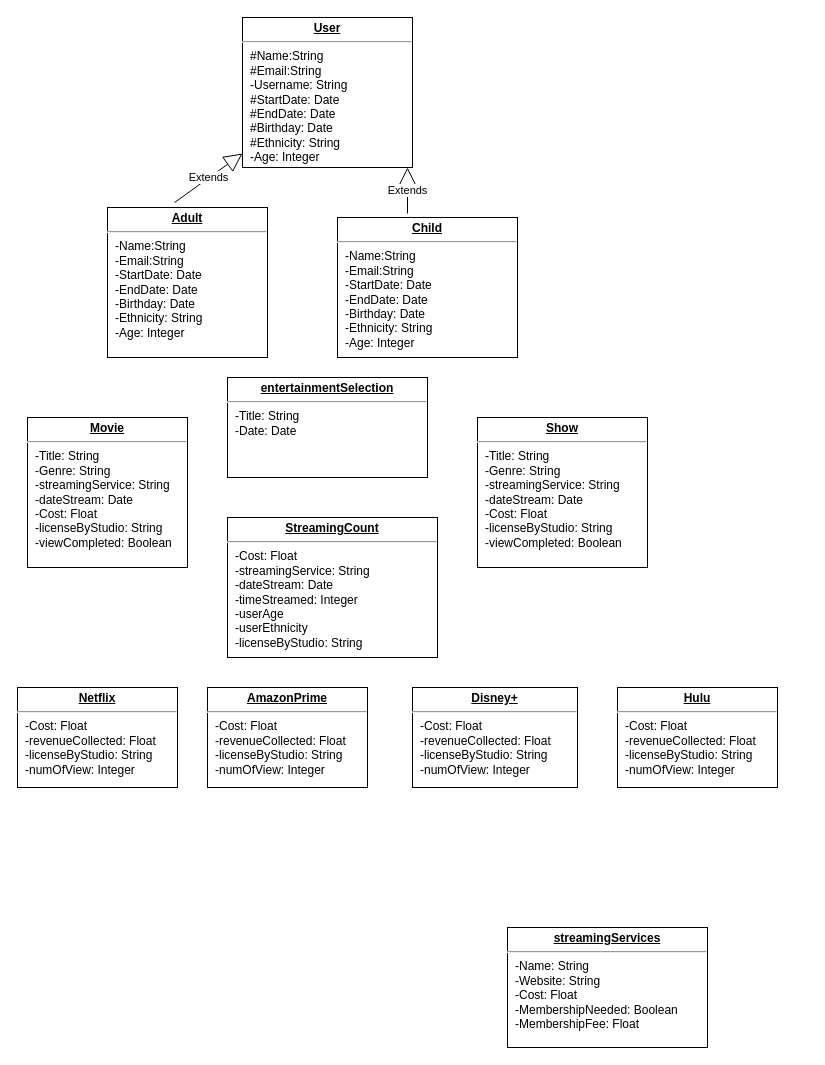
This is img/Untitled Diagram.drawio from Laurie415/moki, a draw.io file, before an edit. Source tidied: cells renumbered, new cells numbered last; positions are measured from the earlier drawing's top-left corner, leaving out a move shared by most shapes. Both pictures are drawn from the tidied source at 100%, with x=0, y=0 at pixel (17, 17).
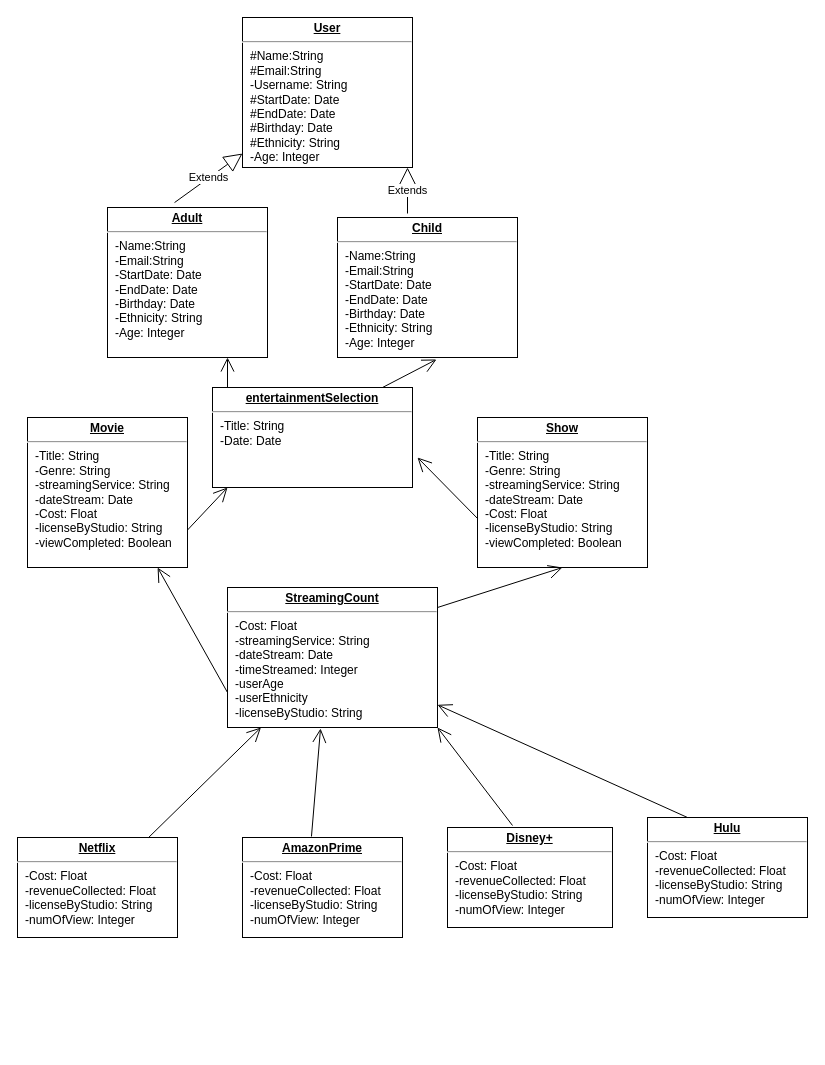
After the change.

Unchanged cells that the change refers to:
```xml
<mxCell id="5" value="&lt;p style=&quot;margin: 0px ; margin-top: 4px ; text-align: center ; text-decoration: underline&quot;&gt;&lt;b&gt;Adult&lt;/b&gt;&lt;/p&gt;&lt;hr&gt;&lt;p style=&quot;margin: 0px 0px 0px 8px&quot;&gt;-Name:String&lt;br&gt;-Email:String&lt;br&gt;-StartDate: Date&lt;/p&gt;&lt;p style=&quot;margin: 0px 0px 0px 8px&quot;&gt;-EndDate: Date&lt;/p&gt;&lt;p style=&quot;margin: 0px 0px 0px 8px&quot;&gt;-Birthday: Date&lt;/p&gt;&lt;p style=&quot;margin: 0px 0px 0px 8px&quot;&gt;-Ethnicity: String&lt;/p&gt;&lt;p style=&quot;margin: 0px 0px 0px 8px&quot;&gt;-Age: Integer&lt;/p&gt;" style="verticalAlign=top;align=left;overflow=fill;fontSize=12;fontFamily=Helvetica;html=1;" parent="1" vertex="1">
  <mxGeometry x="90" y="190" width="160" height="150" as="geometry" />
</mxCell>
<mxCell id="6" value="&lt;p style=&quot;margin: 0px ; margin-top: 4px ; text-align: center ; text-decoration: underline&quot;&gt;&lt;b&gt;Child&lt;/b&gt;&lt;/p&gt;&lt;hr&gt;&lt;p style=&quot;margin: 0px 0px 0px 8px&quot;&gt;-Name:String&lt;br&gt;-Email:String&lt;br&gt;-StartDate: Date&lt;/p&gt;&lt;p style=&quot;margin: 0px 0px 0px 8px&quot;&gt;-EndDate: Date&lt;/p&gt;&lt;p style=&quot;margin: 0px 0px 0px 8px&quot;&gt;-Birthday: Date&lt;/p&gt;&lt;p style=&quot;margin: 0px 0px 0px 8px&quot;&gt;-Ethnicity: String&lt;/p&gt;&lt;p style=&quot;margin: 0px 0px 0px 8px&quot;&gt;-Age: Integer&lt;/p&gt;" style="verticalAlign=top;align=left;overflow=fill;fontSize=12;fontFamily=Helvetica;html=1;" parent="1" vertex="1">
  <mxGeometry x="320" y="200" width="180" height="140" as="geometry" />
</mxCell>
<mxCell id="13" value="&lt;p style=&quot;margin: 0px ; margin-top: 4px ; text-align: center ; text-decoration: underline&quot;&gt;&lt;b&gt;Movie&lt;/b&gt;&lt;/p&gt;&lt;hr&gt;&lt;p style=&quot;margin: 0px ; margin-left: 8px&quot;&gt;-Title: String&lt;/p&gt;&lt;p style=&quot;margin: 0px ; margin-left: 8px&quot;&gt;-Genre: String&lt;/p&gt;&lt;p style=&quot;margin: 0px ; margin-left: 8px&quot;&gt;-streamingService: String&lt;/p&gt;&lt;p style=&quot;margin: 0px ; margin-left: 8px&quot;&gt;-dateStream: Date&lt;/p&gt;&lt;p style=&quot;margin: 0px ; margin-left: 8px&quot;&gt;-Cost: Float&lt;/p&gt;&lt;p style=&quot;margin: 0px ; margin-left: 8px&quot;&gt;-licenseByStudio: String&lt;/p&gt;&lt;p style=&quot;margin: 0px ; margin-left: 8px&quot;&gt;-viewCompleted: Boolean&lt;/p&gt;" style="verticalAlign=top;align=left;overflow=fill;fontSize=12;fontFamily=Helvetica;html=1;" parent="1" vertex="1">
  <mxGeometry x="10" y="400" width="160" height="150" as="geometry" />
</mxCell>
<mxCell id="14" value="&lt;p style=&quot;margin: 0px ; margin-top: 4px ; text-align: center ; text-decoration: underline&quot;&gt;&lt;b&gt;Show&lt;/b&gt;&lt;/p&gt;&lt;hr&gt;&lt;p style=&quot;margin: 0px ; margin-left: 8px&quot;&gt;-Title: String&lt;br&gt;&lt;/p&gt;&lt;p style=&quot;margin: 0px 0px 0px 8px&quot;&gt;-Genre: String&lt;/p&gt;&lt;p style=&quot;margin: 0px 0px 0px 8px&quot;&gt;-streamingService: String&lt;/p&gt;&lt;p style=&quot;margin: 0px 0px 0px 8px&quot;&gt;-dateStream: Date&lt;/p&gt;&lt;p style=&quot;margin: 0px 0px 0px 8px&quot;&gt;-Cost: Float&lt;/p&gt;&lt;p style=&quot;margin: 0px 0px 0px 8px&quot;&gt;-licenseByStudio: String&lt;/p&gt;&lt;p style=&quot;margin: 0px 0px 0px 8px&quot;&gt;-viewCompleted: Boolean&lt;br&gt;&lt;/p&gt;" style="verticalAlign=top;align=left;overflow=fill;fontSize=12;fontFamily=Helvetica;html=1;" parent="1" vertex="1">
  <mxGeometry x="460" y="400" width="170" height="150" as="geometry" />
</mxCell>
```

What changed in the source:
```diff
@@
-    <mxCell id="3" value="&lt;p style=&quot;margin: 0px ; margin-top: 4px ; text-align: center ; text-decoration: underline&quot;&gt;&lt;b&gt;streamingServices&lt;/b&gt;&lt;/p&gt;&lt;hr&gt;&lt;p style=&quot;margin: 0px ; margin-left: 8px&quot;&gt;-Name: String&lt;br&gt;-Website: String&lt;br&gt;-Cost: Float&lt;/p&gt;&lt;p style=&quot;margin: 0px ; margin-left: 8px&quot;&gt;-MembershipNeeded: Boolean&lt;/p&gt;&lt;p style=&quot;margin: 0px ; margin-left: 8px&quot;&gt;-MembershipFee: Float&lt;/p&gt;&lt;p style=&quot;margin: 0px ; margin-left: 8px&quot;&gt;&lt;br&gt;&lt;/p&gt;" style="verticalAlign=top;align=left;overflow=fill;fontSize=12;fontFamily=Helvetica;html=1;" parent="1" vertex="1">
-      <mxGeometry x="490" y="910" width="200" height="120" as="geometry" />
-    </mxCell>
     <mxCell id="4" value="&lt;p style=&quot;margin: 0px ; margin-top: 4px ; text-align: center ; text-decoration: underline&quot;&gt;&lt;b&gt;entertainmentSelection&lt;/b&gt;&lt;/p&gt;&lt;hr&gt;&lt;p style=&quot;margin: 0px ; margin-left: 8px&quot;&gt;-Title: String&lt;br&gt;-Date: Date&lt;br&gt;&lt;br&gt;&lt;/p&gt;&lt;p style=&quot;margin: 0px ; margin-left: 8px&quot;&gt;&lt;br&gt;&lt;/p&gt;" style="verticalAlign=top;align=left;overflow=fill;fontSize=12;fontFamily=Helvetica;html=1;" parent="1" vertex="1">
-      <mxGeometry x="210" y="360" width="200" height="100" as="geometry" />
+      <mxGeometry x="195" y="370" width="200" height="100" as="geometry" />
     </mxCell>
@@
     <mxCell id="7" value="&lt;p style=&quot;margin: 0px ; margin-top: 4px ; text-align: center ; text-decoration: underline&quot;&gt;&lt;b&gt;Netflix&lt;/b&gt;&lt;/p&gt;&lt;hr&gt;&lt;p style=&quot;margin: 0px ; margin-left: 8px&quot;&gt;-Cost: Float&lt;/p&gt;&lt;p style=&quot;margin: 0px ; margin-left: 8px&quot;&gt;-revenueCollected: Float&lt;/p&gt;&lt;p style=&quot;margin: 0px ; margin-left: 8px&quot;&gt;-licenseByStudio: String&lt;/p&gt;&lt;p style=&quot;margin: 0px ; margin-left: 8px&quot;&gt;-numOfView: Integer&lt;/p&gt;" style="verticalAlign=top;align=left;overflow=fill;fontSize=12;fontFamily=Helvetica;html=1;" parent="1" vertex="1">
-      <mxGeometry y="670" width="160" height="100" as="geometry" />
+      <mxGeometry y="820" width="160" height="100" as="geometry" />
     </mxCell>
     <mxCell id="8" value="&lt;p style=&quot;margin: 0px ; margin-top: 4px ; text-align: center ; text-decoration: underline&quot;&gt;&lt;b&gt;AmazonPrime&lt;/b&gt;&lt;/p&gt;&lt;hr&gt;&lt;p style=&quot;margin: 0px 0px 0px 8px&quot;&gt;-Cost: Float&lt;/p&gt;&lt;p style=&quot;margin: 0px 0px 0px 8px&quot;&gt;-revenueCollected: Float&lt;/p&gt;&lt;p style=&quot;margin: 0px 0px 0px 8px&quot;&gt;-licenseByStudio: String&lt;/p&gt;&lt;p style=&quot;margin: 0px 0px 0px 8px&quot;&gt;-numOfView: Integer&lt;br&gt;&lt;/p&gt;&lt;p style=&quot;margin: 0px 0px 0px 8px&quot;&gt;&lt;br&gt;&lt;/p&gt;" style="verticalAlign=top;align=left;overflow=fill;fontSize=12;fontFamily=Helvetica;html=1;" parent="1" vertex="1">
-      <mxGeometry x="190" y="670" width="160" height="100" as="geometry" />
+      <mxGeometry x="225" y="820" width="160" height="100" as="geometry" />
     </mxCell>
     <mxCell id="9" value="&lt;p style=&quot;margin: 0px ; margin-top: 4px ; text-align: center ; text-decoration: underline&quot;&gt;&lt;b&gt;Disney+&lt;/b&gt;&lt;/p&gt;&lt;hr&gt;&lt;p style=&quot;margin: 0px 0px 0px 8px&quot;&gt;-Cost: Float&lt;/p&gt;&lt;p style=&quot;margin: 0px 0px 0px 8px&quot;&gt;-revenueCollected: Float&lt;/p&gt;&lt;p style=&quot;margin: 0px 0px 0px 8px&quot;&gt;-licenseByStudio: String&lt;/p&gt;&lt;p style=&quot;margin: 0px 0px 0px 8px&quot;&gt;-numOfView: Integer&lt;/p&gt;" style="verticalAlign=top;align=left;overflow=fill;fontSize=12;fontFamily=Helvetica;html=1;" parent="1" vertex="1">
-      <mxGeometry x="395" y="670" width="165" height="100" as="geometry" />
+      <mxGeometry x="430" y="810" width="165" height="100" as="geometry" />
     </mxCell>
     <mxCell id="10" value="&lt;p style=&quot;margin: 0px ; margin-top: 4px ; text-align: center ; text-decoration: underline&quot;&gt;&lt;b&gt;Hulu&lt;/b&gt;&lt;/p&gt;&lt;hr&gt;&lt;p style=&quot;margin: 0px 0px 0px 8px&quot;&gt;-Cost: Float&lt;/p&gt;&lt;p style=&quot;margin: 0px 0px 0px 8px&quot;&gt;-revenueCollected: Float&lt;/p&gt;&lt;p style=&quot;margin: 0px 0px 0px 8px&quot;&gt;-licenseByStudio: String&lt;/p&gt;&lt;p style=&quot;margin: 0px 0px 0px 8px&quot;&gt;-numOfView: Integer&lt;/p&gt;" style="verticalAlign=top;align=left;overflow=fill;fontSize=12;fontFamily=Helvetica;html=1;" parent="1" vertex="1">
-      <mxGeometry x="600" y="670" width="160" height="100" as="geometry" />
+      <mxGeometry x="630" y="800" width="160" height="100" as="geometry" />
     </mxCell>
@@
     <mxCell id="15" value="&lt;p style=&quot;margin: 0px ; margin-top: 4px ; text-align: center ; text-decoration: underline&quot;&gt;&lt;b&gt;StreamingCount&lt;/b&gt;&lt;/p&gt;&lt;hr&gt;&lt;p style=&quot;margin: 0px ; margin-left: 8px&quot;&gt;-Cost: Float&lt;/p&gt;&lt;p style=&quot;margin: 0px ; margin-left: 8px&quot;&gt;-streamingService: String&lt;br&gt;&lt;/p&gt;&lt;p style=&quot;margin: 0px ; margin-left: 8px&quot;&gt;-dateStream: Date&lt;/p&gt;&lt;p style=&quot;margin: 0px ; margin-left: 8px&quot;&gt;-timeStreamed: Integer&lt;/p&gt;&lt;p style=&quot;margin: 0px ; margin-left: 8px&quot;&gt;-userAge&lt;/p&gt;&lt;p style=&quot;margin: 0px ; margin-left: 8px&quot;&gt;-userEthnicity&lt;/p&gt;&lt;p style=&quot;margin: 0px ; margin-left: 8px&quot;&gt;-licenseByStudio: String&lt;/p&gt;&lt;p style=&quot;margin: 0px ; margin-left: 8px&quot;&gt;&lt;br&gt;&lt;/p&gt;" style="verticalAlign=top;align=left;overflow=fill;fontSize=12;fontFamily=Helvetica;html=1;" parent="1" vertex="1">
-      <mxGeometry x="210" y="500" width="210" height="140" as="geometry" />
+      <mxGeometry x="210" y="570" width="210" height="140" as="geometry" />
     </mxCell>
+    <mxCell id="16" style="endArrow=open;endFill=1;endSize=12;html=1;exitX=0.075;exitY=0;exitDx=0;exitDy=0;exitPerimeter=0;entryX=0.75;entryY=1;entryDx=0;entryDy=0;" parent="1" edge="1" source="4" target="5">
+      <mxGeometry relative="1" as="geometry" />
+    </mxCell>
+    <mxCell id="17" style="endArrow=open;endFill=1;endSize=12;html=1;entryX=0.55;entryY=1.014;entryDx=0;entryDy=0;entryPerimeter=0;exitX=0.85;exitY=0;exitDx=0;exitDy=0;exitPerimeter=0;" parent="1" edge="1" source="4" target="6">
+      <mxGeometry relative="1" as="geometry" />
+    </mxCell>
+    <mxCell id="18" style="endArrow=open;endFill=1;endSize=12;html=1;exitX=1;exitY=0.75;exitDx=0;exitDy=0;entryX=0.075;entryY=1;entryDx=0;entryDy=0;entryPerimeter=0;" parent="1" edge="1" source="13" target="4">
+      <mxGeometry relative="1" as="geometry" />
+    </mxCell>
+    <mxCell id="19" style="endArrow=open;endFill=1;endSize=12;html=1;exitX=0;exitY=0.673;exitDx=0;exitDy=0;exitPerimeter=0;" parent="1" edge="1" source="14">
+      <mxGeometry relative="1" as="geometry">
+        <mxPoint x="400" y="440" as="targetPoint" />
+      </mxGeometry>
+    </mxCell>
+    <mxCell id="20" style="endArrow=open;endFill=1;endSize=12;html=1;exitX=0;exitY=0.75;exitDx=0;exitDy=0;entryX=0.813;entryY=1;entryDx=0;entryDy=0;entryPerimeter=0;" parent="1" edge="1" source="15" target="13">
+      <mxGeometry relative="1" as="geometry" />
+    </mxCell>
+    <mxCell id="21" style="endArrow=open;endFill=1;endSize=12;html=1;entryX=0.5;entryY=1;entryDx=0;entryDy=0;" parent="1" edge="1" target="14">
+      <mxGeometry relative="1" as="geometry">
+        <mxPoint x="420" y="590" as="sourcePoint" />
+      </mxGeometry>
+    </mxCell>
+    <mxCell id="22" style="endArrow=open;endFill=1;endSize=12;html=1;" parent="1" edge="1" source="7" target="15">
+      <mxGeometry relative="1" as="geometry" />
+    </mxCell>
+    <mxCell id="23" style="endArrow=open;endFill=1;endSize=12;html=1;exitX=0.431;exitY=-0.01;exitDx=0;exitDy=0;exitPerimeter=0;entryX=0.443;entryY=1.007;entryDx=0;entryDy=0;entryPerimeter=0;" parent="1" edge="1" source="8" target="15">
+      <mxGeometry relative="1" as="geometry" />
+    </mxCell>
+    <mxCell id="24" style="endArrow=open;endFill=1;endSize=12;html=1;exitX=0.394;exitY=-0.02;exitDx=0;exitDy=0;exitPerimeter=0;entryX=1;entryY=1;entryDx=0;entryDy=0;" parent="1" edge="1" source="9" target="15">
+      <mxGeometry relative="1" as="geometry" />
+    </mxCell>
+    <mxCell id="25" style="endArrow=open;endFill=1;endSize=12;html=1;exitX=0.25;exitY=0;exitDx=0;exitDy=0;" parent="1" edge="1" source="10" target="15">
+      <mxGeometry relative="1" as="geometry" />
+    </mxCell>
```
